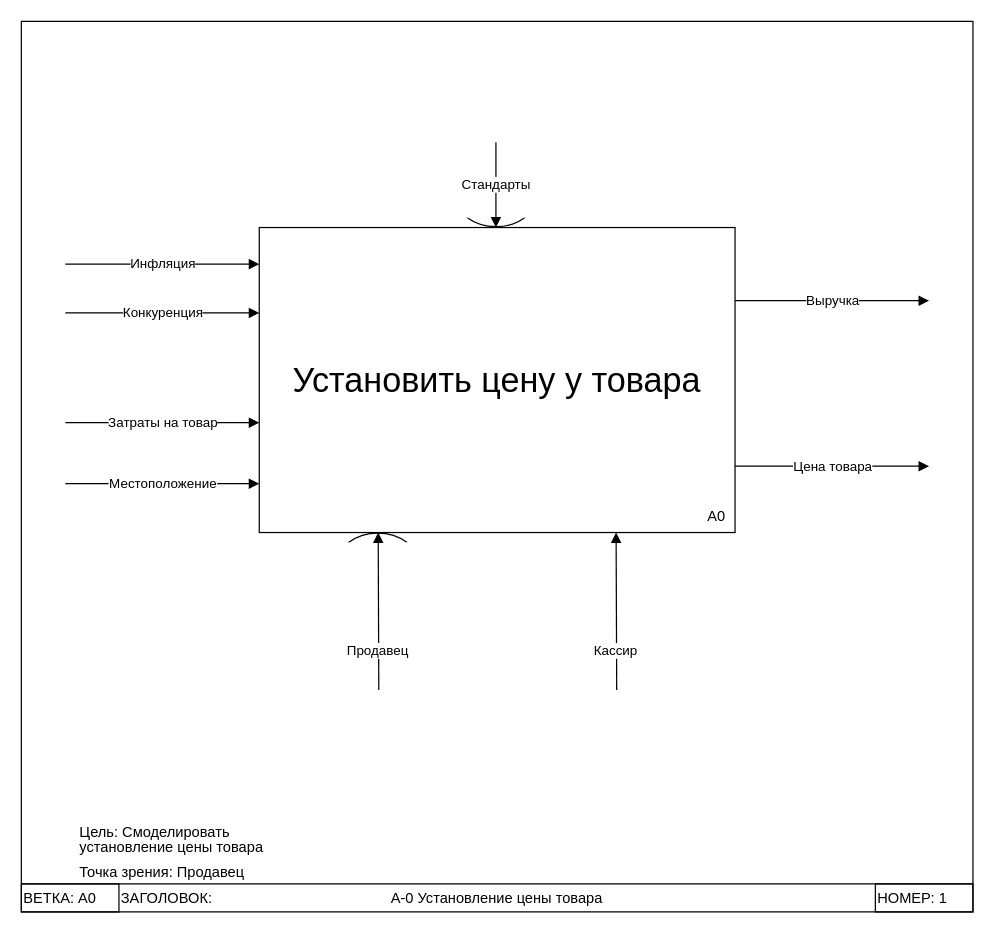
Earlier version of the draw.io diagram page "Страница — 1" (1 of 2) of draw_io/idef0.drawio (Dimj1k/Works). Source tidied: cells renumbered, new cells numbered last; positions are measured from the earlier drawing's top-left corner, leaving out a move shared by most shapes. Both pictures are drawn from the tidied source at 122%, with x=0, y=0 at pixel (21, 21).
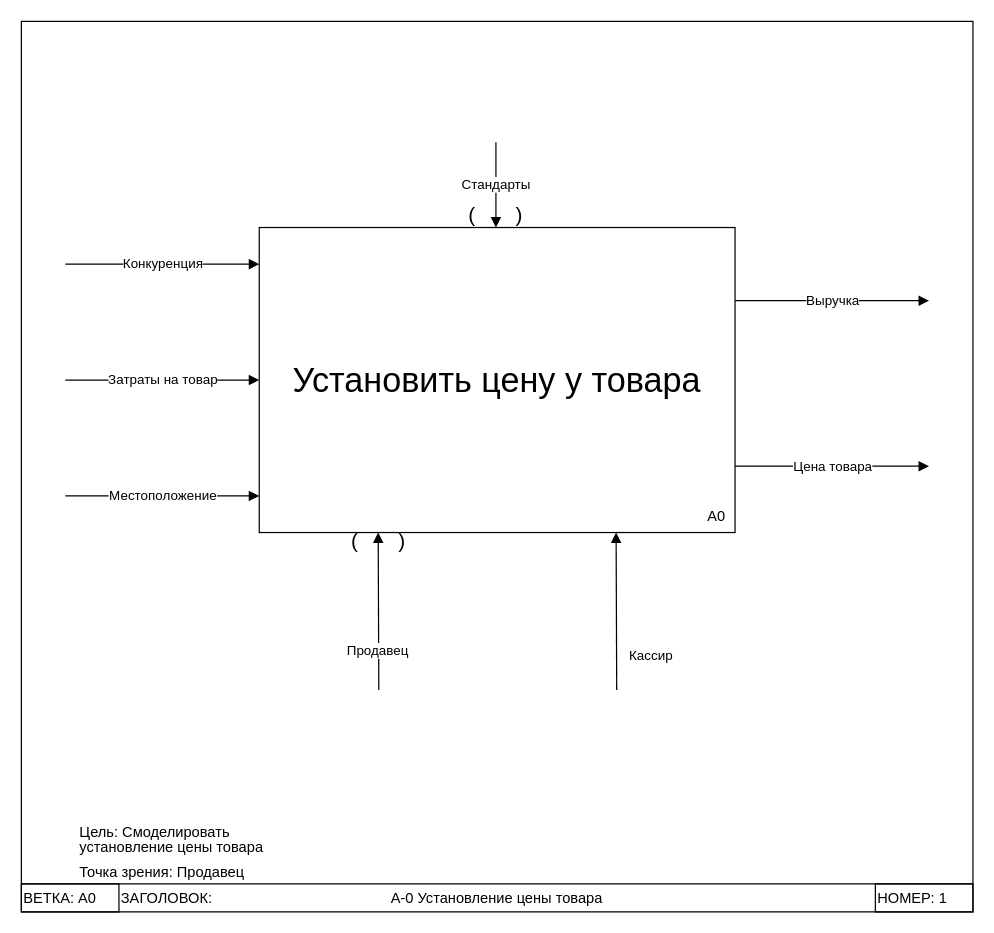
The same page after the edit.

Unchanged cells that the change refers to:
```xml
<mxCell id="2" style="swimlane;direction=west;" parent="1" vertex="1">
  <mxGeometry width="780" height="730" as="geometry" />
</mxCell>
<mxCell id="25" style="endArrow=block;html=1;rounded=0;endFill=1;entryX=0.75;entryY=1;entryDx=0;entryDy=0;" parent="1" edge="1" target="21">
  <mxGeometry relative="1" as="geometry">
    <mxPoint x="488" y="548" as="sourcePoint" />
  </mxGeometry>
</mxCell>
```

Diff of the diagram source:
```diff
@@
-    <mxCell id="10" style="group;" parent="2" vertex="1">
-      <mxGeometry x="268" y="417" width="50" height="33.8" as="geometry" />
-    </mxCell>
-    <mxCell id="11" style="whiteSpace=wrap;html=1;shape=mxgraph.basic.pointed_oval;fontFamily=Helvetica;fontSize=11;fontColor=default;rotation=90;flipH=1;flipV=0;" parent="10" vertex="1">
-      <mxGeometry x="14.2" y="-13.8" width="20" height="47.5" as="geometry" />
-    </mxCell>
-    <mxCell id="12" style="verticalLabelPosition=bottom;verticalAlign=top;html=1;shape=mxgraph.basic.rect;fillColor2=none;strokeWidth=1;size=20;indent=5;fontFamily=Helvetica;fontSize=11;fontColor=default;strokeColor=none;" parent="10" vertex="1">
-      <mxGeometry y="10" width="50" height="20" as="geometry" />
-    </mxCell>
     <mxCell id="13" value="Местоположение" style="endArrow=block;html=1;rounded=0;labelBackgroundColor=default;strokeColor=default;fontFamily=Helvetica;fontSize=11;fontColor=default;shape=connector;endFill=1;entryX=0;entryY=0.5;entryDx=0;entryDy=0;" parent="2" edge="1">
       <mxGeometry relative="1" as="geometry">
-        <mxPoint x="36" y="379" as="sourcePoint" />
-        <mxPoint x="195" y="379" as="targetPoint" />
+        <mxPoint x="36" y="389" as="sourcePoint" />
+        <mxPoint x="195" y="389" as="targetPoint" />
       </mxGeometry>
     </mxCell>
-    <mxCell id="14" value="Инфляция" style="endArrow=block;html=1;rounded=0;labelBackgroundColor=default;strokeColor=default;fontFamily=Helvetica;fontSize=11;fontColor=default;shape=connector;endFill=1;entryX=0;entryY=0.5;entryDx=0;entryDy=0;" parent="2" edge="1">
-      <mxGeometry relative="1" as="geometry">
-        <mxPoint x="36" y="199" as="sourcePoint" />
-        <mxPoint x="195" y="199" as="targetPoint" />
-      </mxGeometry>
-    </mxCell>
     <mxCell id="15" value="Конкуренция" style="endArrow=block;html=1;rounded=0;labelBackgroundColor=default;strokeColor=default;fontFamily=Helvetica;fontSize=11;fontColor=default;shape=connector;endFill=1;entryX=0;entryY=0.5;entryDx=0;entryDy=0;" parent="2" edge="1">
       <mxGeometry relative="1" as="geometry">
-        <mxPoint x="36" y="239" as="sourcePoint" />
-        <mxPoint x="195" y="239" as="targetPoint" />
+        <mxPoint x="36" y="199" as="sourcePoint" />
+        <mxPoint x="195" y="199" as="targetPoint" />
       </mxGeometry>
     </mxCell>
     <mxCell id="16" value="Затраты на товар" style="endArrow=block;html=1;rounded=0;labelBackgroundColor=default;strokeColor=default;fontFamily=Helvetica;fontSize=11;fontColor=default;shape=connector;endFill=1;entryX=0;entryY=0.5;entryDx=0;entryDy=0;" parent="2" edge="1">
       <mxGeometry relative="1" as="geometry">
-        <mxPoint x="36" y="329" as="sourcePoint" />
-        <mxPoint x="195" y="329" as="targetPoint" />
+        <mxPoint x="36" y="294" as="sourcePoint" />
+        <mxPoint x="195" y="294" as="targetPoint" />
       </mxGeometry>
     </mxCell>
-    <mxCell id="17" style="whiteSpace=wrap;html=1;shape=mxgraph.basic.pointed_oval;fontFamily=Helvetica;fontSize=11;fontColor=default;rotation=90;flipH=1;flipV=0;" parent="2" vertex="1">
-      <mxGeometry x="379" y="137" width="20" height="47.5" as="geometry" />
-    </mxCell>
-    <mxCell id="18" style="rounded=0;whiteSpace=wrap;html=1;fontFamily=Helvetica;fontSize=11;fontColor=default;strokeColor=none;" parent="2" vertex="1">
-      <mxGeometry x="355" y="131" width="70" height="30" as="geometry" />
-    </mxCell>
@@
+    <mxCell id="27" value="&lt;font style=&quot;font-size: 17px;&quot;&gt;(&amp;nbsp; &amp;nbsp; &amp;nbsp; &amp;nbsp;)&lt;/font&gt;" style="text;html=1;strokeColor=none;fillColor=none;align=center;verticalAlign=middle;whiteSpace=wrap;rounded=0;fontSize=11;fontFamily=Helvetica;fontColor=default;" parent="2" vertex="1">
+      <mxGeometry x="231" y="412" width="124" height="30" as="geometry" />
+    </mxCell>
+    <mxCell id="28" value="&lt;font style=&quot;font-size: 17px;&quot;&gt;(&amp;nbsp; &amp;nbsp; &amp;nbsp; &amp;nbsp;)&lt;/font&gt;" style="text;html=1;strokeColor=none;fillColor=none;align=center;verticalAlign=middle;whiteSpace=wrap;rounded=0;fontSize=11;fontFamily=Helvetica;fontColor=default;" parent="2" vertex="1">
+      <mxGeometry x="328" y="145" width="122" height="30" as="geometry" />
+    </mxCell>
@@
     <mxCell id="26" value="Кассир" style="edgeLabel;html=1;align=center;verticalAlign=middle;" parent="25" vertex="1">
-      <mxGeometry x="-0.49" y="1" relative="1" as="geometry" />
+      <mxGeometry x="-0.49" y="1" relative="1" as="geometry">
+        <mxPoint x="29" y="4" as="offset" />
+      </mxGeometry>
     </mxCell>
```
